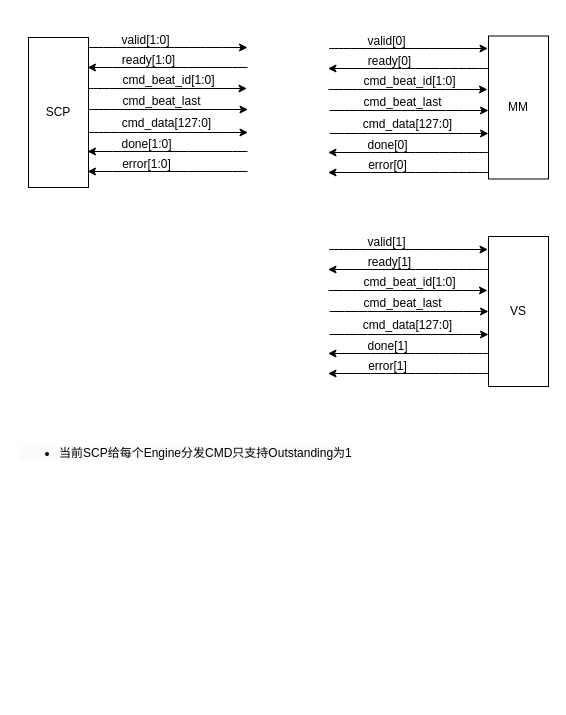
HelmutXie/blake2 keeps this draw.io diagram as page "CMD BUS" (6 of 10) of SCP.drawio. Above is the earlier version. Source tidied: cells renumbered, new cells numbered last; positions are measured from the earlier drawing's top-left corner, leaving out a move shared by most shapes. Both pictures are drawn from the tidied source at 100%, with x=0, y=0 at pixel (17, 25).
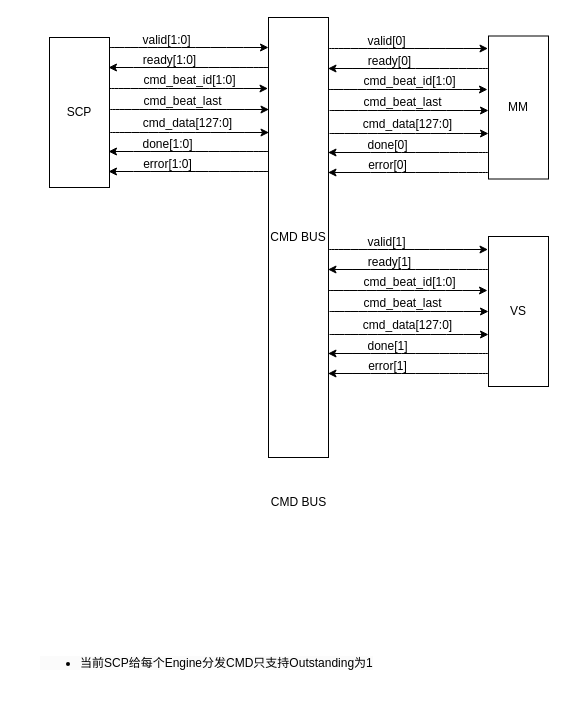
Above is the later version.

The edit, as a diff of the source:
```diff
@@
     <mxCell id="2" value="valid[1:0]" style="text;html=1;align=center;verticalAlign=middle;strokeColor=none;fillColor=none;" parent="1" vertex="1">
-      <mxGeometry x="93" width="70" height="30" as="geometry" />
+      <mxGeometry x="114" width="70" height="30" as="geometry" />
     </mxCell>
     <mxCell id="3" value="cmd_beat_id[1:0]" style="text;html=1;align=center;verticalAlign=middle;strokeColor=none;fillColor=none;" parent="1" vertex="1">
-      <mxGeometry x="91" y="40" width="120" height="30" as="geometry" />
+      <mxGeometry x="112" y="40" width="120" height="30" as="geometry" />
     </mxCell>
     <mxCell id="4" value="ready[1:0]" style="text;html=1;align=center;verticalAlign=middle;strokeColor=none;fillColor=none;" parent="1" vertex="1">
-      <mxGeometry x="91" y="20" width="80" height="30" as="geometry" />
+      <mxGeometry x="112" y="20" width="80" height="30" as="geometry" />
     </mxCell>
     <mxCell id="5" value="cmd_data[127:0]" style="text;html=1;align=center;verticalAlign=middle;strokeColor=none;fillColor=none;" parent="1" vertex="1">
-      <mxGeometry x="94" y="83" width="110" height="30" as="geometry" />
+      <mxGeometry x="115" y="83" width="110" height="30" as="geometry" />
     </mxCell>
     <mxCell id="6" value="cmd_beat_last" style="text;html=1;align=center;verticalAlign=middle;strokeColor=none;fillColor=none;" parent="1" vertex="1">
-      <mxGeometry x="94" y="61" width="100" height="30" as="geometry" />
+      <mxGeometry x="115" y="61" width="100" height="30" as="geometry" />
     </mxCell>
     <mxCell id="7" value="done[1:0]" style="text;html=1;align=center;verticalAlign=middle;strokeColor=none;fillColor=none;" parent="1" vertex="1">
-      <mxGeometry x="94" y="104" width="70" height="30" as="geometry" />
+      <mxGeometry x="115" y="104" width="70" height="30" as="geometry" />
     </mxCell>
     <mxCell id="8" value="SCP" style="rounded=0;whiteSpace=wrap;html=1;" parent="1" vertex="1">
-      <mxGeometry x="11" y="12" width="60" height="150" as="geometry" />
+      <mxGeometry x="32" y="12" width="60" height="150" as="geometry" />
     </mxCell>
     <mxCell id="9" style="endArrow=classic;html=1;rounded=0;curved=1;" parent="1" edge="1">
       <mxGeometry relative="1" as="geometry">
-        <mxPoint x="71" y="22" as="sourcePoint" />
-        <mxPoint x="230" y="22" as="targetPoint" />
+        <mxPoint x="92" y="22" as="sourcePoint" />
+        <mxPoint x="251" y="22" as="targetPoint" />
       </mxGeometry>
     </mxCell>
     <mxCell id="10" style="endArrow=classic;html=1;rounded=0;curved=1;" parent="1" edge="1">
       <mxGeometry relative="1" as="geometry">
-        <mxPoint x="230" y="42" as="sourcePoint" />
-        <mxPoint x="70" y="42" as="targetPoint" />
+        <mxPoint x="251" y="42" as="sourcePoint" />
+        <mxPoint x="91" y="42" as="targetPoint" />
       </mxGeometry>
     </mxCell>
     <mxCell id="11" style="endArrow=classic;html=1;rounded=0;curved=1;" parent="1" edge="1">
       <mxGeometry relative="1" as="geometry">
-        <mxPoint x="70.5" y="63" as="sourcePoint" />
-        <mxPoint x="229.5" y="63" as="targetPoint" />
+        <mxPoint x="91.5" y="63" as="sourcePoint" />
+        <mxPoint x="250.5" y="63" as="targetPoint" />
       </mxGeometry>
     </mxCell>
     <mxCell id="12" style="endArrow=classic;html=1;rounded=0;curved=1;" parent="1" edge="1">
       <mxGeometry relative="1" as="geometry">
-        <mxPoint x="71.5" y="84" as="sourcePoint" />
-        <mxPoint x="230.5" y="84" as="targetPoint" />
+        <mxPoint x="92.5" y="84" as="sourcePoint" />
+        <mxPoint x="251.5" y="84" as="targetPoint" />
       </mxGeometry>
     </mxCell>
     <mxCell id="13" style="endArrow=classic;html=1;rounded=0;curved=1;" parent="1" edge="1">
       <mxGeometry relative="1" as="geometry">
-        <mxPoint x="71.5" y="107" as="sourcePoint" />
-        <mxPoint x="230.5" y="107" as="targetPoint" />
+        <mxPoint x="92.5" y="107" as="sourcePoint" />
+        <mxPoint x="251.5" y="107" as="targetPoint" />
       </mxGeometry>
     </mxCell>
     <mxCell id="14" style="endArrow=classic;html=1;rounded=0;curved=1;" parent="1" edge="1">
       <mxGeometry relative="1" as="geometry">
-        <mxPoint x="230" y="126" as="sourcePoint" />
-        <mxPoint x="70" y="126" as="targetPoint" />
+        <mxPoint x="251" y="126" as="sourcePoint" />
+        <mxPoint x="91" y="126" as="targetPoint" />
       </mxGeometry>
     </mxCell>
     <mxCell id="15" value="error[1:0]" style="text;html=1;align=center;verticalAlign=middle;strokeColor=none;fillColor=none;" parent="1" vertex="1">
-      <mxGeometry x="94" y="124" width="70" height="30" as="geometry" />
+      <mxGeometry x="115" y="124" width="70" height="30" as="geometry" />
     </mxCell>
     <mxCell id="16" style="endArrow=classic;html=1;rounded=0;curved=1;" parent="1" edge="1">
       <mxGeometry relative="1" as="geometry">
-        <mxPoint x="230" y="146" as="sourcePoint" />
-        <mxPoint x="70" y="146" as="targetPoint" />
+        <mxPoint x="251" y="146" as="sourcePoint" />
+        <mxPoint x="91" y="146" as="targetPoint" />
       </mxGeometry>
     </mxCell>
@@
     <mxCell id="47" value="&lt;ul style=&quot;border-color: var(--border-color); color: rgb(0, 0, 0); font-family: Helvetica; font-size: 12px; font-style: normal; font-variant-ligatures: normal; font-variant-caps: normal; font-weight: 400; letter-spacing: normal; orphans: 2; text-align: left; text-indent: 0px; text-transform: none; widows: 2; word-spacing: 0px; -webkit-text-stroke-width: 0px; background-color: rgb(251, 251, 251); text-decoration-thickness: initial; text-decoration-style: initial; text-decoration-color: initial;&quot;&gt;&lt;li style=&quot;border-color: var(--border-color);&quot;&gt;当前SCP给每个Engine分发CMD只支持Outstanding为1&lt;/li&gt;&lt;/ul&gt;" style="text;whiteSpace=wrap;html=1;" parent="1" vertex="1">
-      <mxGeometry y="402" width="350" height="60" as="geometry" />
+      <mxGeometry x="21" y="612" width="350" height="60" as="geometry" />
     </mxCell>
+    <mxCell id="48" value="CMD BUS" style="rounded=0;whiteSpace=wrap;html=1;" parent="1" vertex="1">
+      <mxGeometry x="251" y="-8" width="60" height="440" as="geometry" />
+    </mxCell>
+    <mxCell id="49" value="CMD BUS" style="text;html=1;align=center;verticalAlign=middle;strokeColor=none;fillColor=none;" parent="1" vertex="1">
+      <mxGeometry x="241" y="462" width="80" height="30" as="geometry" />
+    </mxCell>
```
